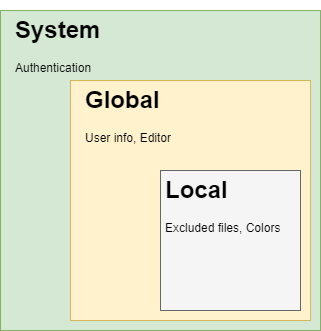
Above: Assets/images/Untitled Diagram.drawio.png in braboj/tutorial-git (draw.io), before the change. Source tidied: cells renumbered, new cells last; positions are measured from the earlier drawing's top-left corner, leaving out a move shared by most shapes.
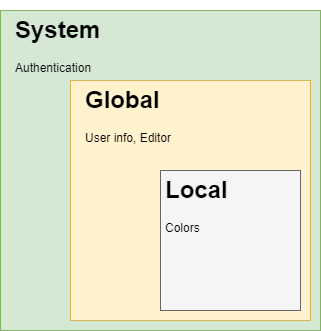
The same file after the commit.

The edit, as a diff of the source:
```diff
@@ -17,7 +17,7 @@
     <mxCell id="6" value="&lt;h1&gt;Global&lt;/h1&gt;&lt;p&gt;User info, Editor&lt;/p&gt;" style="text;html=1;strokeColor=none;fillColor=none;spacing=5;spacingTop=-20;whiteSpace=wrap;overflow=hidden;rounded=0;" parent="1" vertex="1">
       <mxGeometry x="80" y="70" width="140" height="80" as="geometry" />
     </mxCell>
-    <mxCell id="7" value="&lt;h1&gt;Local&lt;/h1&gt;&lt;p&gt;Excluded files, Colors&lt;/p&gt;" style="text;html=1;strokeColor=none;fillColor=none;spacing=5;spacingTop=-20;whiteSpace=wrap;overflow=hidden;rounded=0;" parent="1" vertex="1">
+    <mxCell id="7" value="&lt;h1&gt;Local&lt;/h1&gt;&lt;p&gt;Colors&lt;/p&gt;" style="text;html=1;strokeColor=none;fillColor=none;spacing=5;spacingTop=-20;whiteSpace=wrap;overflow=hidden;rounded=0;" parent="1" vertex="1">
       <mxGeometry x="160" y="160" width="140" height="80" as="geometry" />
     </mxCell>
   </root>
```
